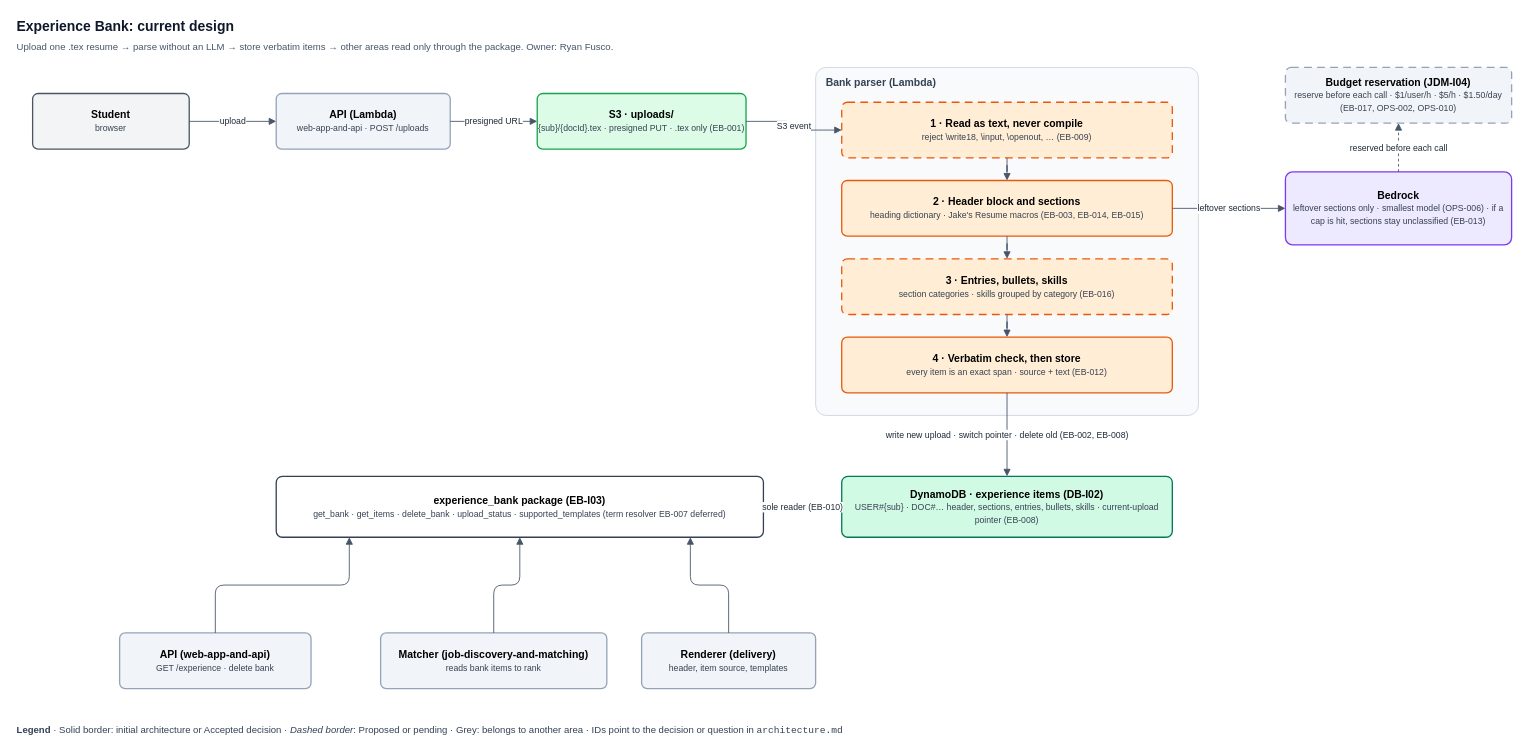
Above: planning/architecture/experience-bank/architecture.drawio in lukeacampbell/Froop (draw.io), before the change. Source tidied: cells renumbered, new cells numbered last; positions are measured from the earlier drawing's top-left corner, leaving out a move shared by most shapes. Both pictures are drawn from the tidied source at 87%, with x=0, y=0 at pixel (15, 15).
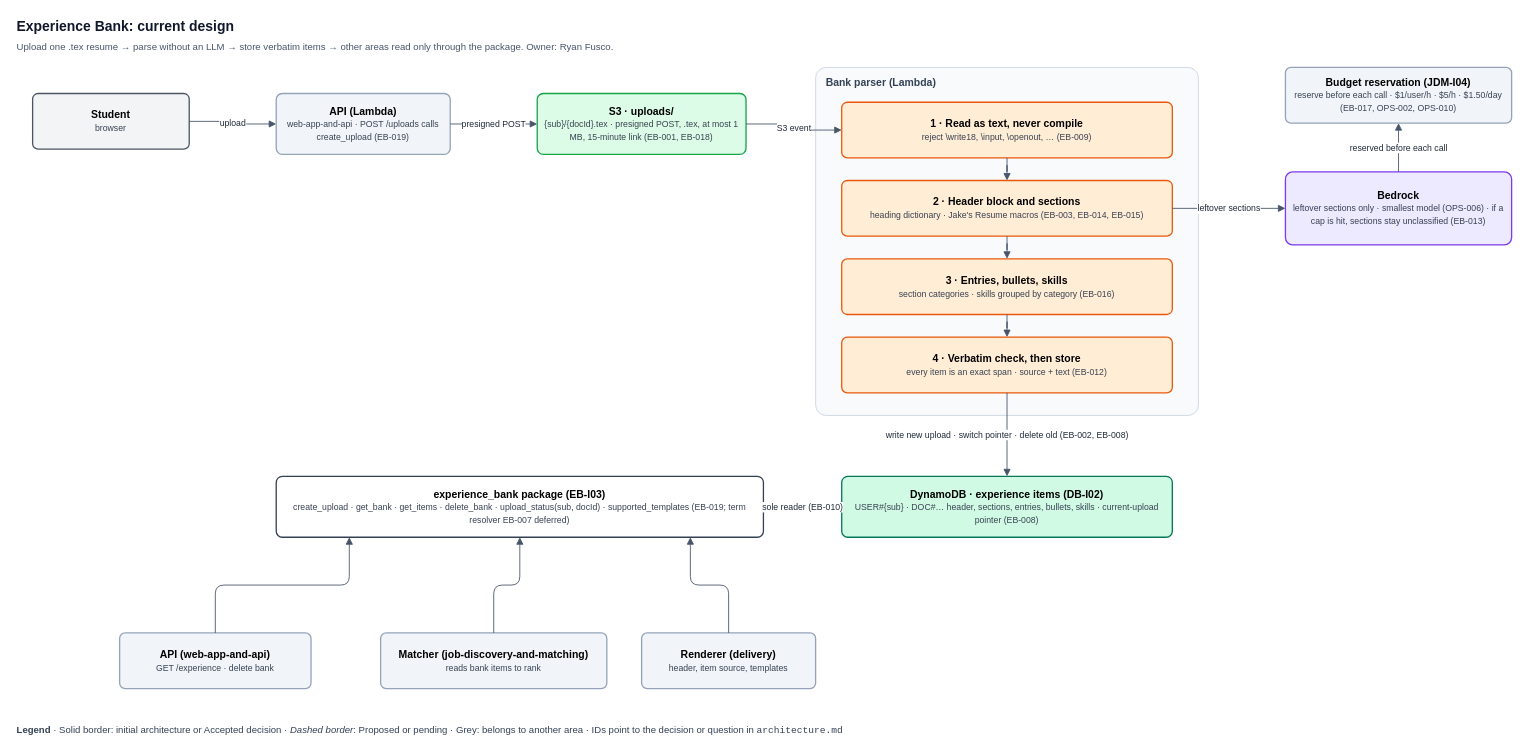
After the change.

The change refers to these unchanged cells:
```xml
<mxCell id="12" value="&lt;b&gt;Bedrock&lt;/b&gt;&lt;br&gt;&lt;font style='font-size:10px' color='#374151'&gt;leftover sections only · smallest model (OPS-006) · if a cap is hit, sections stay unclassified (EB-013)&lt;/font&gt;" style="rounded=1;whiteSpace=wrap;html=1;arcSize=10;fillColor=#EDE9FE;strokeColor=#7C3AED;fontSize=12;strokeWidth=1.5;" parent="1" vertex="1">
  <mxGeometry x="1460" y="180" width="260" height="84" as="geometry" />
</mxCell>
```

Change to the diagram source:
```diff
@@
-    <mxCell id="5" value="&lt;b&gt;API (Lambda)&lt;/b&gt;&lt;br&gt;&lt;font style='font-size:10px' color='#374151'&gt;web-app-and-api · POST /uploads&lt;/font&gt;" style="rounded=1;whiteSpace=wrap;html=1;arcSize=10;fillColor=#F1F5F9;strokeColor=#94A3B8;fontSize=12;strokeWidth=1.5;" parent="1" vertex="1">
-      <mxGeometry x="300" y="90" width="200" height="64" as="geometry" />
+    <mxCell id="5" value="&lt;b&gt;API (Lambda)&lt;/b&gt;&lt;br&gt;&lt;font style='font-size:10px' color='#374151'&gt;web-app-and-api · POST /uploads calls create_upload (EB-019)&lt;/font&gt;" style="rounded=1;whiteSpace=wrap;html=1;arcSize=10;fillColor=#F1F5F9;strokeColor=#94A3B8;fontSize=12;strokeWidth=1.5;" parent="1" vertex="1">
+      <mxGeometry x="300" y="90" width="200" height="70" as="geometry" />
     </mxCell>
-    <mxCell id="6" value="&lt;b&gt;S3 · uploads/&lt;/b&gt;&lt;br&gt;&lt;font style='font-size:10px' color='#374151'&gt;{sub}/{docId}.tex · presigned PUT · .tex only (EB-001)&lt;/font&gt;" style="rounded=1;whiteSpace=wrap;html=1;arcSize=10;fillColor=#DCFCE7;strokeColor=#16A34A;fontSize=12;strokeWidth=1.5;" parent="1" vertex="1">
-      <mxGeometry x="600" y="90" width="240" height="64" as="geometry" />
+    <mxCell id="6" value="&lt;b&gt;S3 · uploads/&lt;/b&gt;&lt;br&gt;&lt;font style='font-size:10px' color='#374151'&gt;{sub}/{docId}.tex · presigned POST, .tex, at most 1 MB, 15-minute link (EB-001, EB-018)&lt;/font&gt;" style="rounded=1;whiteSpace=wrap;html=1;arcSize=10;fillColor=#DCFCE7;strokeColor=#16A34A;fontSize=12;strokeWidth=1.5;" parent="1" vertex="1">
+      <mxGeometry x="600" y="90" width="240" height="70" as="geometry" />
     </mxCell>
@@
-    <mxCell id="8" value="&lt;b&gt;1 · Read as text, never compile&lt;/b&gt;&lt;br&gt;&lt;font style='font-size:10px' color='#374151'&gt;reject \write18, \input, \openout, … (EB-009)&lt;/font&gt;" style="rounded=1;whiteSpace=wrap;html=1;arcSize=10;fillColor=#FFEDD5;strokeColor=#EA580C;fontSize=12;strokeWidth=1.5;dashed=1;dashPattern=6 4;" parent="1" vertex="1">
+    <mxCell id="8" value="&lt;b&gt;1 · Read as text, never compile&lt;/b&gt;&lt;br&gt;&lt;font style='font-size:10px' color='#374151'&gt;reject \write18, \input, \openout, … (EB-009)&lt;/font&gt;" style="rounded=1;whiteSpace=wrap;html=1;arcSize=10;fillColor=#FFEDD5;strokeColor=#EA580C;fontSize=12;strokeWidth=1.5;" parent="1" vertex="1">
       <mxGeometry x="950" y="100" width="380" height="64" as="geometry" />
     </mxCell>
@@
-    <mxCell id="10" value="&lt;b&gt;3 · Entries, bullets, skills&lt;/b&gt;&lt;br&gt;&lt;font style='font-size:10px' color='#374151'&gt;section categories · skills grouped by category (EB-016)&lt;/font&gt;" style="rounded=1;whiteSpace=wrap;html=1;arcSize=10;fillColor=#FFEDD5;strokeColor=#EA580C;fontSize=12;strokeWidth=1.5;dashed=1;dashPattern=6 4;" parent="1" vertex="1">
+    <mxCell id="10" value="&lt;b&gt;3 · Entries, bullets, skills&lt;/b&gt;&lt;br&gt;&lt;font style='font-size:10px' color='#374151'&gt;section categories · skills grouped by category (EB-016)&lt;/font&gt;" style="rounded=1;whiteSpace=wrap;html=1;arcSize=10;fillColor=#FFEDD5;strokeColor=#EA580C;fontSize=12;strokeWidth=1.5;" parent="1" vertex="1">
       <mxGeometry x="950" y="280" width="380" height="64" as="geometry" />
     </mxCell>
@@
-    <mxCell id="13" value="&lt;b&gt;Budget reservation (JDM-I04)&lt;/b&gt;&lt;br&gt;&lt;font style='font-size:10px' color='#374151'&gt;reserve before each call · $1/user/h · $5/h · $1.50/day (EB-017, OPS-002, OPS-010)&lt;/font&gt;" style="rounded=1;whiteSpace=wrap;html=1;arcSize=10;fillColor=#F1F5F9;strokeColor=#94A3B8;fontSize=12;strokeWidth=1.5;dashed=1;dashPattern=6 4;" parent="1" vertex="1">
+    <mxCell id="13" value="&lt;b&gt;Budget reservation (JDM-I04)&lt;/b&gt;&lt;br&gt;&lt;font style='font-size:10px' color='#374151'&gt;reserve before each call · $1/user/h · $5/h · $1.50/day (EB-017, OPS-002, OPS-010)&lt;/font&gt;" style="rounded=1;whiteSpace=wrap;html=1;arcSize=10;fillColor=#F1F5F9;strokeColor=#94A3B8;fontSize=12;strokeWidth=1.5;" parent="1" vertex="1">
       <mxGeometry x="1460" y="60" width="260" height="64" as="geometry" />
     </mxCell>
@@
-    <mxCell id="15" value="&lt;b&gt;experience_bank package (EB-I03)&lt;/b&gt;&lt;br&gt;&lt;font style='font-size:10px' color='#374151'&gt;get_bank · get_items · delete_bank · upload_status · supported_templates (term resolver EB-007 deferred)&lt;/font&gt;" style="rounded=1;whiteSpace=wrap;html=1;arcSize=10;fillColor=#FFFFFF;strokeColor=#334155;fontSize=12;strokeWidth=1.5;" parent="1" vertex="1">
+    <mxCell id="15" value="&lt;b&gt;experience_bank package (EB-I03)&lt;/b&gt;&lt;br&gt;&lt;font style='font-size:10px' color='#374151'&gt;create_upload · get_bank · get_items · delete_bank · upload_status(sub, docId) · supported_templates (EB-019; term resolver EB-007 deferred)&lt;/font&gt;" style="rounded=1;whiteSpace=wrap;html=1;arcSize=10;fillColor=#FFFFFF;strokeColor=#334155;fontSize=12;strokeWidth=1.5;" parent="1" vertex="1">
       <mxGeometry x="300" y="530" width="560" height="70" as="geometry" />
     </mxCell>
@@
-    <mxCell id="20" value="presigned URL" style="edgeStyle=orthogonalEdgeStyle;rounded=1;jettySize=auto;html=1;endArrow=block;endFill=1;strokeColor=#475569;fontSize=10;fontColor=#1F2937;labelBackgroundColor=#FFFFFF;" parent="1" edge="1" source="5" target="6">
+    <mxCell id="20" value="presigned POST" style="edgeStyle=orthogonalEdgeStyle;rounded=1;jettySize=auto;html=1;endArrow=block;endFill=1;strokeColor=#475569;fontSize=10;fontColor=#1F2937;labelBackgroundColor=#FFFFFF;" parent="1" edge="1" source="5" target="6">
       <mxGeometry relative="1" as="geometry" />
     </mxCell>
@@
-    <mxCell id="26" value="reserved before each call" style="edgeStyle=orthogonalEdgeStyle;rounded=1;jettySize=auto;html=1;endArrow=block;endFill=1;strokeColor=#475569;fontSize=10;fontColor=#1F2937;labelBackgroundColor=#FFFFFF;dashed=1;" parent="1" edge="1" source="12" target="13">
+    <mxCell id="26" value="reserved before each call" style="edgeStyle=orthogonalEdgeStyle;rounded=1;jettySize=auto;html=1;endArrow=block;endFill=1;strokeColor=#475569;fontSize=10;fontColor=#1F2937;labelBackgroundColor=#FFFFFF;" parent="1" edge="1" source="12" target="13">
       <mxGeometry relative="1" as="geometry" />
     </mxCell>
```
